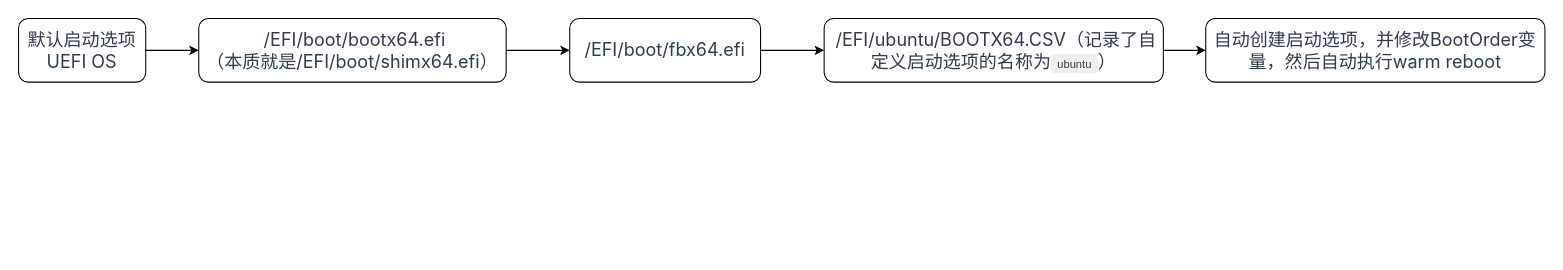
Before: Linux启动过程.drawio in wbzzx-bb/wb-linux, a draw.io diagram. Source tidied: cells renumbered, new cells numbered last; positions are measured from the earlier drawing's top-left corner, leaving out a move shared by most shapes. Both pictures are drawn from the tidied source at 106%, with x=0, y=0 at pixel (18, 18).
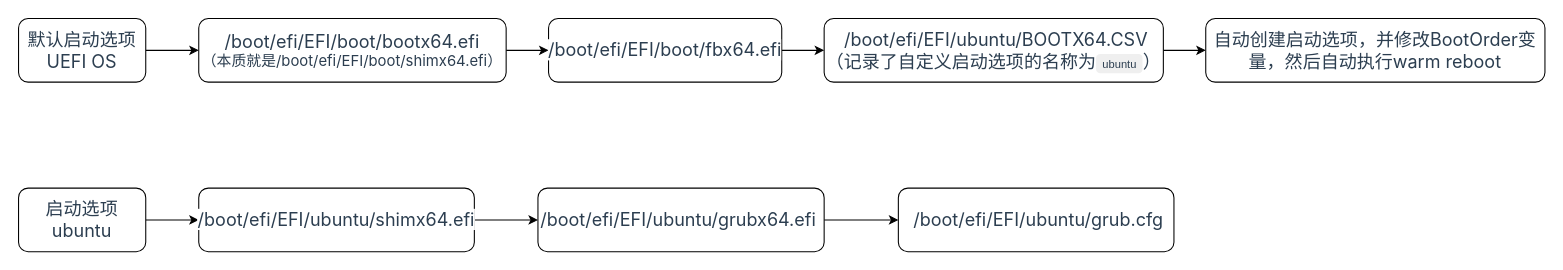
Above is the later version.

Commit message (it also covers changes not shown here):
更新Linux启动过程.drawio

What changed in the source:
```diff
@@
 <mxGraphModel>
   <root>
     <mxCell id="0" />
     <mxCell id="1" parent="0" />
     <mxCell id="2" style="edgeStyle=orthogonalEdgeStyle;rounded=0;jettySize=auto;html=1;exitX=1;exitY=0.5;exitDx=0;exitDy=0;" parent="1" edge="1" source="3" target="5">
       <mxGeometry relative="1" as="geometry" />
     </mxCell>
     <mxCell id="3" value="&lt;span style=&quot;color: rgb(44, 62, 80); font-family: -apple-system, BlinkMacSystemFont, &amp;quot;Segoe UI&amp;quot;, Roboto, &amp;quot;Helvetica Neue&amp;quot;, Arial, &amp;quot;Noto Sans&amp;quot;, STHeiti, &amp;quot;Microsoft YaHei&amp;quot;, SimSun, sans-serif, &amp;quot;Apple Color Emoji&amp;quot;, &amp;quot;Segoe UI Emoji&amp;quot;, &amp;quot;Segoe UI Symbol&amp;quot;, &amp;quot;Noto Color Emoji&amp;quot;; font-size: 17px; text-align: justify; background-color: rgb(255, 255, 255);&quot;&gt;默认启动选项UEFI OS&lt;/span&gt;" style="rounded=1;whiteSpace=wrap;html=1;" parent="1" vertex="1">
       <mxGeometry width="120" height="60" as="geometry" />
     </mxCell>
     <mxCell id="4" style="edgeStyle=orthogonalEdgeStyle;rounded=0;jettySize=auto;html=1;entryX=0;entryY=0.5;entryDx=0;entryDy=0;" parent="1" edge="1" source="5" target="7">
       <mxGeometry relative="1" as="geometry" />
     </mxCell>
-    <mxCell id="5" value="&lt;span style=&quot;color: rgb(44, 62, 80); font-family: -apple-system, BlinkMacSystemFont, &amp;quot;Segoe UI&amp;quot;, Roboto, &amp;quot;Helvetica Neue&amp;quot;, Arial, &amp;quot;Noto Sans&amp;quot;, STHeiti, &amp;quot;Microsoft YaHei&amp;quot;, SimSun, sans-serif, &amp;quot;Apple Color Emoji&amp;quot;, &amp;quot;Segoe UI Emoji&amp;quot;, &amp;quot;Segoe UI Symbol&amp;quot;, &amp;quot;Noto Color Emoji&amp;quot;; font-size: 17px; text-align: justify; background-color: rgb(255, 255, 255);&quot;&gt;&amp;nbsp;/EFI/boot/bootx64.efi&lt;/span&gt;&lt;div&gt;&lt;span style=&quot;color: rgb(44, 62, 80); font-family: -apple-system, BlinkMacSystemFont, &amp;quot;Segoe UI&amp;quot;, Roboto, &amp;quot;Helvetica Neue&amp;quot;, Arial, &amp;quot;Noto Sans&amp;quot;, STHeiti, &amp;quot;Microsoft YaHei&amp;quot;, SimSun, sans-serif, &amp;quot;Apple Color Emoji&amp;quot;, &amp;quot;Segoe UI Emoji&amp;quot;, &amp;quot;Segoe UI Symbol&amp;quot;, &amp;quot;Noto Color Emoji&amp;quot;; font-size: 17px; text-align: justify; background-color: rgb(255, 255, 255);&quot;&gt;（本质就是/EFI/boot/shimx64.efi）&lt;/span&gt;&lt;/div&gt;" style="rounded=1;whiteSpace=wrap;html=1;" parent="1" vertex="1">
+    <mxCell id="5" value="&lt;span style=&quot;color: rgb(44, 62, 80); font-family: -apple-system, BlinkMacSystemFont, &amp;quot;Segoe UI&amp;quot;, Roboto, &amp;quot;Helvetica Neue&amp;quot;, Arial, &amp;quot;Noto Sans&amp;quot;, STHeiti, &amp;quot;Microsoft YaHei&amp;quot;, SimSun, sans-serif, &amp;quot;Apple Color Emoji&amp;quot;, &amp;quot;Segoe UI Emoji&amp;quot;, &amp;quot;Segoe UI Symbol&amp;quot;, &amp;quot;Noto Color Emoji&amp;quot;; font-size: 17px; text-align: justify; background-color: rgb(255, 255, 255);&quot;&gt;/boot/efi/EFI/boot/bootx64.efi&lt;/span&gt;&lt;div style=&quot;font-size: 14px;&quot;&gt;&lt;span style=&quot;color: rgb(44, 62, 80); font-family: -apple-system, BlinkMacSystemFont, &amp;quot;Segoe UI&amp;quot;, Roboto, &amp;quot;Helvetica Neue&amp;quot;, Arial, &amp;quot;Noto Sans&amp;quot;, STHeiti, &amp;quot;Microsoft YaHei&amp;quot;, SimSun, sans-serif, &amp;quot;Apple Color Emoji&amp;quot;, &amp;quot;Segoe UI Emoji&amp;quot;, &amp;quot;Segoe UI Symbol&amp;quot;, &amp;quot;Noto Color Emoji&amp;quot;; text-align: justify; background-color: rgb(255, 255, 255);&quot;&gt;（本质就是&lt;/span&gt;&lt;span style=&quot;background-color: rgb(255, 255, 255); color: rgb(44, 62, 80); font-family: -apple-system, BlinkMacSystemFont, &amp;quot;Segoe UI&amp;quot;, Roboto, &amp;quot;Helvetica Neue&amp;quot;, Arial, &amp;quot;Noto Sans&amp;quot;, STHeiti, &amp;quot;Microsoft YaHei&amp;quot;, SimSun, sans-serif, &amp;quot;Apple Color Emoji&amp;quot;, &amp;quot;Segoe UI Emoji&amp;quot;, &amp;quot;Segoe UI Symbol&amp;quot;, &amp;quot;Noto Color Emoji&amp;quot;; text-align: justify;&quot;&gt;/boot/efi&lt;/span&gt;&lt;span style=&quot;background-color: rgb(255, 255, 255); color: rgb(44, 62, 80); font-family: -apple-system, BlinkMacSystemFont, &amp;quot;Segoe UI&amp;quot;, Roboto, &amp;quot;Helvetica Neue&amp;quot;, Arial, &amp;quot;Noto Sans&amp;quot;, STHeiti, &amp;quot;Microsoft YaHei&amp;quot;, SimSun, sans-serif, &amp;quot;Apple Color Emoji&amp;quot;, &amp;quot;Segoe UI Emoji&amp;quot;, &amp;quot;Segoe UI Symbol&amp;quot;, &amp;quot;Noto Color Emoji&amp;quot;; text-align: justify;&quot;&gt;/EFI/boot/shimx64.efi）&lt;/span&gt;&lt;/div&gt;" style="rounded=1;whiteSpace=wrap;html=1;" parent="1" vertex="1">
       <mxGeometry x="170" width="290" height="60" as="geometry" />
     </mxCell>
     <mxCell id="6" style="edgeStyle=orthogonalEdgeStyle;rounded=0;jettySize=auto;html=1;exitX=1;exitY=0.5;exitDx=0;exitDy=0;entryX=0;entryY=0.5;entryDx=0;entryDy=0;" parent="1" edge="1" source="7" target="9">
       <mxGeometry relative="1" as="geometry" />
     </mxCell>
-    <mxCell id="7" value="&lt;span style=&quot;color: rgb(44, 62, 80); font-family: -apple-system, BlinkMacSystemFont, &amp;quot;Segoe UI&amp;quot;, Roboto, &amp;quot;Helvetica Neue&amp;quot;, Arial, &amp;quot;Noto Sans&amp;quot;, STHeiti, &amp;quot;Microsoft YaHei&amp;quot;, SimSun, sans-serif, &amp;quot;Apple Color Emoji&amp;quot;, &amp;quot;Segoe UI Emoji&amp;quot;, &amp;quot;Segoe UI Symbol&amp;quot;, &amp;quot;Noto Color Emoji&amp;quot;; font-size: 17px; text-align: justify; background-color: rgb(255, 255, 255);&quot;&gt;/EFI/boot/fbx64.efi&lt;/span&gt;" style="rounded=1;whiteSpace=wrap;html=1;" parent="1" vertex="1">
-      <mxGeometry x="520" width="180" height="60" as="geometry" />
+    <mxCell id="7" value="&lt;span style=&quot;color: rgb(44, 62, 80); font-family: -apple-system, BlinkMacSystemFont, &amp;quot;Segoe UI&amp;quot;, Roboto, &amp;quot;Helvetica Neue&amp;quot;, Arial, &amp;quot;Noto Sans&amp;quot;, STHeiti, &amp;quot;Microsoft YaHei&amp;quot;, SimSun, sans-serif, &amp;quot;Apple Color Emoji&amp;quot;, &amp;quot;Segoe UI Emoji&amp;quot;, &amp;quot;Segoe UI Symbol&amp;quot;, &amp;quot;Noto Color Emoji&amp;quot;; font-size: 17px; text-align: justify; background-color: rgb(255, 255, 255);&quot;&gt;/boot/efi&lt;/span&gt;&lt;span style=&quot;color: rgb(44, 62, 80); font-family: -apple-system, BlinkMacSystemFont, &amp;quot;Segoe UI&amp;quot;, Roboto, &amp;quot;Helvetica Neue&amp;quot;, Arial, &amp;quot;Noto Sans&amp;quot;, STHeiti, &amp;quot;Microsoft YaHei&amp;quot;, SimSun, sans-serif, &amp;quot;Apple Color Emoji&amp;quot;, &amp;quot;Segoe UI Emoji&amp;quot;, &amp;quot;Segoe UI Symbol&amp;quot;, &amp;quot;Noto Color Emoji&amp;quot;; font-size: 17px; text-align: justify; background-color: rgb(255, 255, 255);&quot;&gt;/EFI/boot/fbx64.efi&lt;/span&gt;" style="rounded=1;whiteSpace=wrap;html=1;" parent="1" vertex="1">
+      <mxGeometry x="500" width="220" height="60" as="geometry" />
     </mxCell>
     <mxCell id="8" style="edgeStyle=orthogonalEdgeStyle;rounded=0;jettySize=auto;html=1;" parent="1" edge="1" source="9" target="10">
       <mxGeometry relative="1" as="geometry" />
     </mxCell>
-    <mxCell id="9" value="&lt;span style=&quot;color: rgb(44, 62, 80); font-family: -apple-system, BlinkMacSystemFont, &amp;quot;Segoe UI&amp;quot;, Roboto, &amp;quot;Helvetica Neue&amp;quot;, Arial, &amp;quot;Noto Sans&amp;quot;, STHeiti, &amp;quot;Microsoft YaHei&amp;quot;, SimSun, sans-serif, &amp;quot;Apple Color Emoji&amp;quot;, &amp;quot;Segoe UI Emoji&amp;quot;, &amp;quot;Segoe UI Symbol&amp;quot;, &amp;quot;Noto Color Emoji&amp;quot;; font-size: 17px; text-align: justify; background-color: rgb(255, 255, 255);&quot;&gt;&amp;nbsp;/EFI/ubuntu/BOOTX64.CSV（记录了自定义启动选项的名称为&lt;/span&gt;&lt;code style=&quot;margin: 0px; padding: 3px 6px; border-radius: 4px; background: rgba(127, 127, 127, 0.12); font-size: 0.875em; overflow-wrap: break-word; font-family: var(--font-family-mono); color: rgb(44, 62, 80); text-align: justify;&quot;&gt;ubuntu&lt;/code&gt;&lt;span style=&quot;color: rgb(44, 62, 80); font-family: -apple-system, BlinkMacSystemFont, &amp;quot;Segoe UI&amp;quot;, Roboto, &amp;quot;Helvetica Neue&amp;quot;, Arial, &amp;quot;Noto Sans&amp;quot;, STHeiti, &amp;quot;Microsoft YaHei&amp;quot;, SimSun, sans-serif, &amp;quot;Apple Color Emoji&amp;quot;, &amp;quot;Segoe UI Emoji&amp;quot;, &amp;quot;Segoe UI Symbol&amp;quot;, &amp;quot;Noto Color Emoji&amp;quot;; font-size: 17px; text-align: justify; background-color: rgb(255, 255, 255);&quot;&gt;）&lt;/span&gt;" style="rounded=1;whiteSpace=wrap;html=1;" parent="1" vertex="1">
+    <mxCell id="9" value="&lt;span style=&quot;color: rgb(44, 62, 80); font-family: -apple-system, BlinkMacSystemFont, &amp;quot;Segoe UI&amp;quot;, Roboto, &amp;quot;Helvetica Neue&amp;quot;, Arial, &amp;quot;Noto Sans&amp;quot;, STHeiti, &amp;quot;Microsoft YaHei&amp;quot;, SimSun, sans-serif, &amp;quot;Apple Color Emoji&amp;quot;, &amp;quot;Segoe UI Emoji&amp;quot;, &amp;quot;Segoe UI Symbol&amp;quot;, &amp;quot;Noto Color Emoji&amp;quot;; font-size: 17px; text-align: justify; background-color: rgb(255, 255, 255);&quot;&gt;&amp;nbsp;&lt;/span&gt;&lt;span style=&quot;color: rgb(44, 62, 80); font-family: -apple-system, BlinkMacSystemFont, &amp;quot;Segoe UI&amp;quot;, Roboto, &amp;quot;Helvetica Neue&amp;quot;, Arial, &amp;quot;Noto Sans&amp;quot;, STHeiti, &amp;quot;Microsoft YaHei&amp;quot;, SimSun, sans-serif, &amp;quot;Apple Color Emoji&amp;quot;, &amp;quot;Segoe UI Emoji&amp;quot;, &amp;quot;Segoe UI Symbol&amp;quot;, &amp;quot;Noto Color Emoji&amp;quot;; font-size: 17px; text-align: justify; background-color: rgb(255, 255, 255);&quot;&gt;/boot/efi&lt;/span&gt;&lt;span style=&quot;color: rgb(44, 62, 80); font-family: -apple-system, BlinkMacSystemFont, &amp;quot;Segoe UI&amp;quot;, Roboto, &amp;quot;Helvetica Neue&amp;quot;, Arial, &amp;quot;Noto Sans&amp;quot;, STHeiti, &amp;quot;Microsoft YaHei&amp;quot;, SimSun, sans-serif, &amp;quot;Apple Color Emoji&amp;quot;, &amp;quot;Segoe UI Emoji&amp;quot;, &amp;quot;Segoe UI Symbol&amp;quot;, &amp;quot;Noto Color Emoji&amp;quot;; font-size: 17px; text-align: justify; background-color: rgb(255, 255, 255);&quot;&gt;/EFI/ubuntu/BOOTX64.CSV&lt;/span&gt;&lt;div&gt;&lt;span style=&quot;color: rgb(44, 62, 80); font-family: -apple-system, BlinkMacSystemFont, &amp;quot;Segoe UI&amp;quot;, Roboto, &amp;quot;Helvetica Neue&amp;quot;, Arial, &amp;quot;Noto Sans&amp;quot;, STHeiti, &amp;quot;Microsoft YaHei&amp;quot;, SimSun, sans-serif, &amp;quot;Apple Color Emoji&amp;quot;, &amp;quot;Segoe UI Emoji&amp;quot;, &amp;quot;Segoe UI Symbol&amp;quot;, &amp;quot;Noto Color Emoji&amp;quot;; font-size: 17px; text-align: justify; background-color: rgb(255, 255, 255);&quot;&gt;（记录了自定义启动选项的名称为&lt;/span&gt;&lt;code style=&quot;margin: 0px; padding: 3px 6px; border-radius: 4px; background: rgba(127, 127, 127, 0.12); font-size: 0.875em; overflow-wrap: break-word; font-family: var(--font-family-mono); color: rgb(44, 62, 80); text-align: justify;&quot;&gt;ubuntu&lt;/code&gt;&lt;span style=&quot;color: rgb(44, 62, 80); font-family: -apple-system, BlinkMacSystemFont, &amp;quot;Segoe UI&amp;quot;, Roboto, &amp;quot;Helvetica Neue&amp;quot;, Arial, &amp;quot;Noto Sans&amp;quot;, STHeiti, &amp;quot;Microsoft YaHei&amp;quot;, SimSun, sans-serif, &amp;quot;Apple Color Emoji&amp;quot;, &amp;quot;Segoe UI Emoji&amp;quot;, &amp;quot;Segoe UI Symbol&amp;quot;, &amp;quot;Noto Color Emoji&amp;quot;; font-size: 17px; text-align: justify; background-color: rgb(255, 255, 255);&quot;&gt;）&lt;/span&gt;&lt;/div&gt;" style="rounded=1;whiteSpace=wrap;html=1;" parent="1" vertex="1">
       <mxGeometry x="760" width="320" height="60" as="geometry" />
     </mxCell>
     <mxCell id="10" value="&lt;span style=&quot;color: rgb(44, 62, 80); font-family: -apple-system, BlinkMacSystemFont, &amp;quot;Segoe UI&amp;quot;, Roboto, &amp;quot;Helvetica Neue&amp;quot;, Arial, &amp;quot;Noto Sans&amp;quot;, STHeiti, &amp;quot;Microsoft YaHei&amp;quot;, SimSun, sans-serif, &amp;quot;Apple Color Emoji&amp;quot;, &amp;quot;Segoe UI Emoji&amp;quot;, &amp;quot;Segoe UI Symbol&amp;quot;, &amp;quot;Noto Color Emoji&amp;quot;; font-size: 17px; text-align: justify; background-color: rgb(255, 255, 255);&quot;&gt;自动创建启动选项，并修改BootOrder变量，然后自动执行warm reboot&lt;/span&gt;" style="rounded=1;whiteSpace=wrap;html=1;" parent="1" vertex="1">
       <mxGeometry x="1120" width="320" height="60" as="geometry" />
     </mxCell>
+    <mxCell id="11" style="edgeStyle=orthogonalEdgeStyle;rounded=0;jettySize=auto;html=1;exitX=1;exitY=0.5;exitDx=0;exitDy=0;" parent="1" edge="1" source="12" target="14">
+      <mxGeometry relative="1" as="geometry" />
+    </mxCell>
+    <mxCell id="12" value="&lt;span style=&quot;color: rgb(44, 62, 80); font-family: -apple-system, BlinkMacSystemFont, &amp;quot;Segoe UI&amp;quot;, Roboto, &amp;quot;Helvetica Neue&amp;quot;, Arial, &amp;quot;Noto Sans&amp;quot;, STHeiti, &amp;quot;Microsoft YaHei&amp;quot;, SimSun, sans-serif, &amp;quot;Apple Color Emoji&amp;quot;, &amp;quot;Segoe UI Emoji&amp;quot;, &amp;quot;Segoe UI Symbol&amp;quot;, &amp;quot;Noto Color Emoji&amp;quot;; font-size: 17px; text-align: justify; background-color: rgb(255, 255, 255);&quot;&gt;启动选项ubuntu&lt;/span&gt;" style="rounded=1;whiteSpace=wrap;html=1;" parent="1" vertex="1">
+      <mxGeometry y="160" width="120" height="60" as="geometry" />
+    </mxCell>
+    <mxCell id="13" style="edgeStyle=orthogonalEdgeStyle;rounded=0;jettySize=auto;html=1;exitX=1;exitY=0.5;exitDx=0;exitDy=0;entryX=0;entryY=0.5;entryDx=0;entryDy=0;" parent="1" edge="1" source="14" target="16">
+      <mxGeometry relative="1" as="geometry" />
+    </mxCell>
+    <mxCell id="14" value="&lt;span style=&quot;color: rgb(44, 62, 80); font-family: -apple-system, BlinkMacSystemFont, &amp;quot;Segoe UI&amp;quot;, Roboto, &amp;quot;Helvetica Neue&amp;quot;, Arial, &amp;quot;Noto Sans&amp;quot;, STHeiti, &amp;quot;Microsoft YaHei&amp;quot;, SimSun, sans-serif, &amp;quot;Apple Color Emoji&amp;quot;, &amp;quot;Segoe UI Emoji&amp;quot;, &amp;quot;Segoe UI Symbol&amp;quot;, &amp;quot;Noto Color Emoji&amp;quot;; font-size: 17px; text-align: justify; background-color: rgb(255, 255, 255);&quot;&gt;/boot/efi&lt;/span&gt;&lt;span style=&quot;color: rgb(44, 62, 80); font-family: -apple-system, BlinkMacSystemFont, &amp;quot;Segoe UI&amp;quot;, Roboto, &amp;quot;Helvetica Neue&amp;quot;, Arial, &amp;quot;Noto Sans&amp;quot;, STHeiti, &amp;quot;Microsoft YaHei&amp;quot;, SimSun, sans-serif, &amp;quot;Apple Color Emoji&amp;quot;, &amp;quot;Segoe UI Emoji&amp;quot;, &amp;quot;Segoe UI Symbol&amp;quot;, &amp;quot;Noto Color Emoji&amp;quot;; font-size: 17px; text-align: justify; background-color: rgb(255, 255, 255);&quot;&gt;/EFI/ubuntu/shimx64.efi&lt;/span&gt;" style="rounded=1;whiteSpace=wrap;html=1;" parent="1" vertex="1">
+      <mxGeometry x="170" y="160" width="260" height="60" as="geometry" />
+    </mxCell>
+    <mxCell id="15" style="edgeStyle=orthogonalEdgeStyle;rounded=0;jettySize=auto;html=1;exitX=1;exitY=0.5;exitDx=0;exitDy=0;entryX=0;entryY=0.5;entryDx=0;entryDy=0;" parent="1" edge="1" source="16" target="17">
+      <mxGeometry relative="1" as="geometry" />
+    </mxCell>
+    <mxCell id="16" value="&lt;span style=&quot;color: rgb(44, 62, 80); font-family: -apple-system, BlinkMacSystemFont, &amp;quot;Segoe UI&amp;quot;, Roboto, &amp;quot;Helvetica Neue&amp;quot;, Arial, &amp;quot;Noto Sans&amp;quot;, STHeiti, &amp;quot;Microsoft YaHei&amp;quot;, SimSun, sans-serif, &amp;quot;Apple Color Emoji&amp;quot;, &amp;quot;Segoe UI Emoji&amp;quot;, &amp;quot;Segoe UI Symbol&amp;quot;, &amp;quot;Noto Color Emoji&amp;quot;; font-size: 17px; text-align: justify; background-color: rgb(255, 255, 255);&quot;&gt;/boot/efi&lt;/span&gt;&lt;span style=&quot;color: rgb(44, 62, 80); font-family: -apple-system, BlinkMacSystemFont, &amp;quot;Segoe UI&amp;quot;, Roboto, &amp;quot;Helvetica Neue&amp;quot;, Arial, &amp;quot;Noto Sans&amp;quot;, STHeiti, &amp;quot;Microsoft YaHei&amp;quot;, SimSun, sans-serif, &amp;quot;Apple Color Emoji&amp;quot;, &amp;quot;Segoe UI Emoji&amp;quot;, &amp;quot;Segoe UI Symbol&amp;quot;, &amp;quot;Noto Color Emoji&amp;quot;; font-size: 17px; text-align: justify; background-color: rgb(255, 255, 255);&quot;&gt;/EFI/ubuntu/grubx64.efi&amp;nbsp;&lt;/span&gt;" style="rounded=1;whiteSpace=wrap;html=1;" parent="1" vertex="1">
+      <mxGeometry x="490" y="160" width="270" height="60" as="geometry" />
+    </mxCell>
+    <mxCell id="17" value="&lt;span style=&quot;color: rgb(44, 62, 80); font-family: -apple-system, BlinkMacSystemFont, &amp;quot;Segoe UI&amp;quot;, Roboto, &amp;quot;Helvetica Neue&amp;quot;, Arial, &amp;quot;Noto Sans&amp;quot;, STHeiti, &amp;quot;Microsoft YaHei&amp;quot;, SimSun, sans-serif, &amp;quot;Apple Color Emoji&amp;quot;, &amp;quot;Segoe UI Emoji&amp;quot;, &amp;quot;Segoe UI Symbol&amp;quot;, &amp;quot;Noto Color Emoji&amp;quot;; font-size: 17px; text-align: justify; background-color: rgb(255, 255, 255);&quot;&gt;&amp;nbsp;&lt;/span&gt;&lt;span style=&quot;color: rgb(44, 62, 80); font-family: -apple-system, BlinkMacSystemFont, &amp;quot;Segoe UI&amp;quot;, Roboto, &amp;quot;Helvetica Neue&amp;quot;, Arial, &amp;quot;Noto Sans&amp;quot;, STHeiti, &amp;quot;Microsoft YaHei&amp;quot;, SimSun, sans-serif, &amp;quot;Apple Color Emoji&amp;quot;, &amp;quot;Segoe UI Emoji&amp;quot;, &amp;quot;Segoe UI Symbol&amp;quot;, &amp;quot;Noto Color Emoji&amp;quot;; font-size: 17px; text-align: justify; background-color: rgb(255, 255, 255);&quot;&gt;/boot/efi&lt;/span&gt;&lt;span style=&quot;color: rgb(44, 62, 80); font-family: -apple-system, BlinkMacSystemFont, &amp;quot;Segoe UI&amp;quot;, Roboto, &amp;quot;Helvetica Neue&amp;quot;, Arial, &amp;quot;Noto Sans&amp;quot;, STHeiti, &amp;quot;Microsoft YaHei&amp;quot;, SimSun, sans-serif, &amp;quot;Apple Color Emoji&amp;quot;, &amp;quot;Segoe UI Emoji&amp;quot;, &amp;quot;Segoe UI Symbol&amp;quot;, &amp;quot;Noto Color Emoji&amp;quot;; font-size: 17px; text-align: justify; background-color: rgb(255, 255, 255);&quot;&gt;/EFI/ubuntu/grub.cfg&lt;/span&gt;" style="rounded=1;whiteSpace=wrap;html=1;" parent="1" vertex="1">
+      <mxGeometry x="830" y="160" width="260" height="60" as="geometry" />
+    </mxCell>
   </root>
 </mxGraphModel>
```
